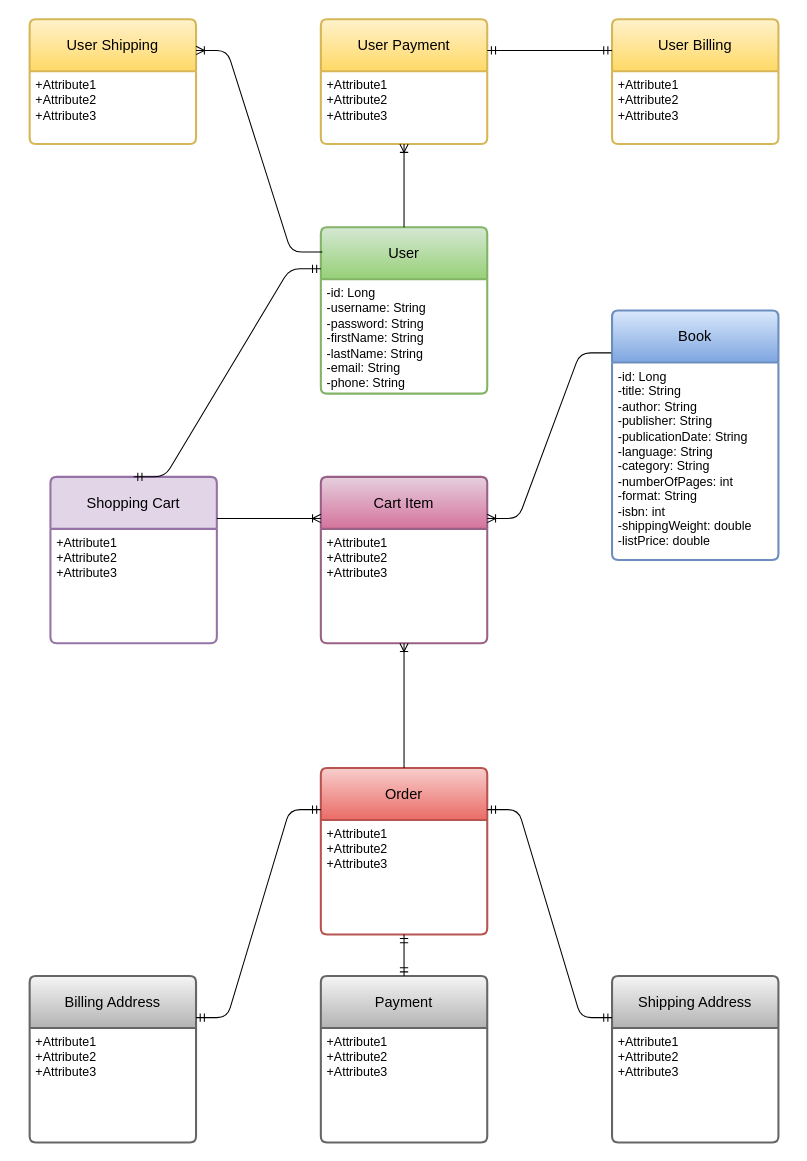
Earlier version of the draw.io diagram Alpine Bookstore Diagram.drawio (alaaasfour/Alpine). Source tidied: cells renumbered, new cells numbered last; positions are measured from the earlier drawing's top-left corner, leaving out a move shared by most shapes. Both pictures are drawn from the tidied source at 104%, with x=0, y=0 at pixel (29, 19).
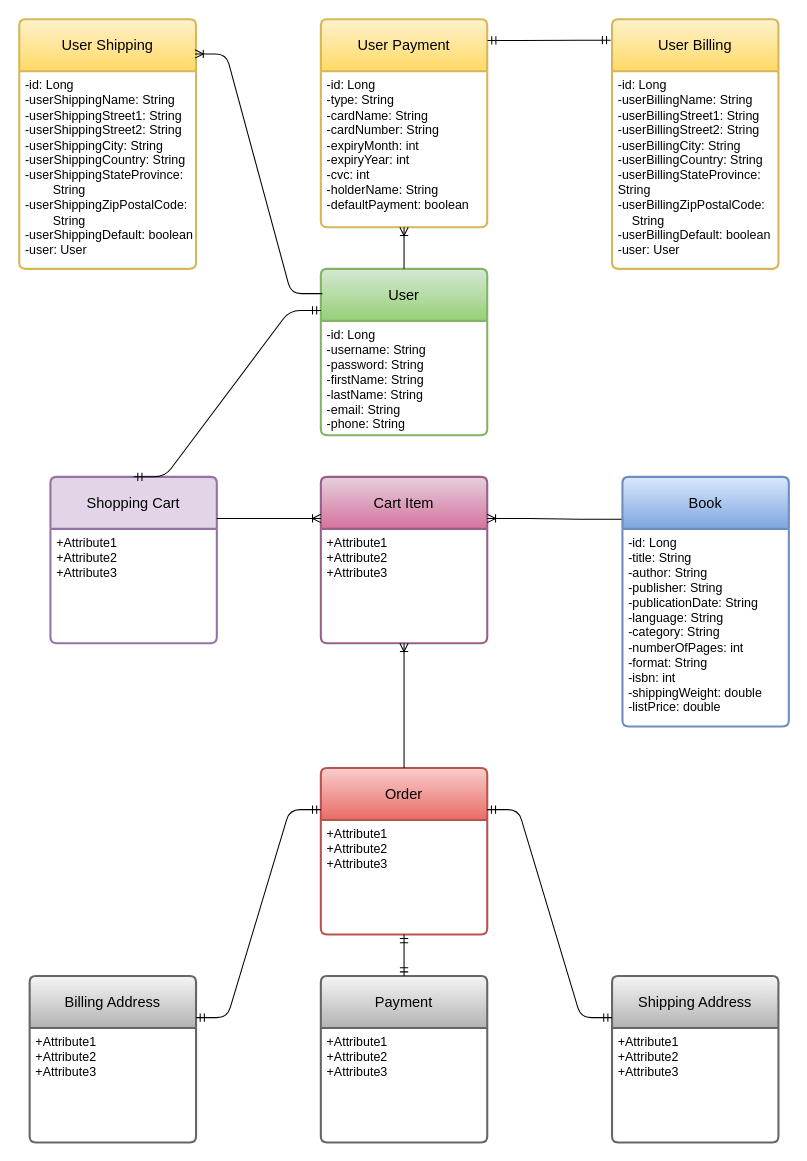
Above is the later version.

Commit message (it also covers changes not shown here):
Implementing the feature of adding a new shipping address for a user

Change to the diagram source:
```diff
@@
     <mxCell id="2" value="User" style="swimlane;horizontal=1;startSize=50;rounded=1;fontSize=14;fontStyle=0;strokeWidth=2;shadow=0;dashed=0;align=center;arcSize=4;whiteSpace=wrap;html=1;fillColor=#d5e8d4;strokeColor=#82b366;gradientColor=#97d077;" parent="1" vertex="1">
-      <mxGeometry x="280" y="200" width="160" height="160" as="geometry" />
+      <mxGeometry x="280" y="240" width="160" height="160" as="geometry" />
     </mxCell>
@@
     <mxCell id="4" value="User Billing" style="swimlane;horizontal=1;startSize=50;rounded=1;fontSize=14;fontStyle=0;strokeWidth=2;shadow=0;dashed=0;align=center;arcSize=4;whiteSpace=wrap;html=1;fillColor=#fff2cc;gradientColor=#ffd966;strokeColor=#d6b656;" parent="1" vertex="1">
-      <mxGeometry x="560" width="160" height="120" as="geometry" />
+      <mxGeometry x="560" width="160" height="240" as="geometry" />
     </mxCell>
-    <mxCell id="5" value="+Attribute1&#10;+Attribute2&#10;+Attribute3" style="align=left;strokeColor=none;fillColor=none;spacingLeft=4;fontSize=12;verticalAlign=top;html=1;" parent="4" vertex="1">
-      <mxGeometry y="50" width="160" height="70" as="geometry" />
+    <mxCell id="5" value="-id: Long&lt;br style=&quot;border-color: var(--border-color);&quot;&gt;-userBillingName: String&lt;br style=&quot;border-color: var(--border-color);&quot;&gt;-userBillingStreet1: String&lt;br style=&quot;border-color: var(--border-color);&quot;&gt;-userBillingStreet2: String&lt;br style=&quot;border-color: var(--border-color);&quot;&gt;-userBillingCity: String&lt;br style=&quot;border-color: var(--border-color);&quot;&gt;-userBillingCountry: String&lt;br style=&quot;border-color: var(--border-color);&quot;&gt;-userBillingStateProvince:&lt;br style=&quot;border-color: var(--border-color);&quot;&gt;&lt;span style=&quot;border-color: var(--border-color);&quot;&gt;&lt;/span&gt;String&lt;br style=&quot;border-color: var(--border-color);&quot;&gt;-userBillingZipPostalCode:&lt;br style=&quot;border-color: var(--border-color);&quot;&gt;&lt;span style=&quot;border-color: var(--border-color);&quot;&gt;&lt;span style=&quot;&quot;&gt;&amp;nbsp;&amp;nbsp;&amp;nbsp;&amp;nbsp;&lt;/span&gt;&lt;/span&gt;String&lt;br&gt;-userBillingDefault: boolean&lt;br style=&quot;border-color: var(--border-color);&quot;&gt;-user: User" style="align=left;strokeColor=none;fillColor=none;spacingLeft=4;fontSize=12;verticalAlign=top;html=1;" parent="4" vertex="1">
+      <mxGeometry y="50" width="160" height="190" as="geometry" />
     </mxCell>
     <mxCell id="6" value="User Payment" style="swimlane;horizontal=1;startSize=50;rounded=1;fontSize=14;fontStyle=0;strokeWidth=2;shadow=0;dashed=0;align=center;arcSize=4;whiteSpace=wrap;html=1;fillColor=#fff2cc;gradientColor=#ffd966;strokeColor=#d6b656;" parent="1" vertex="1">
-      <mxGeometry x="280" width="160" height="120" as="geometry" />
+      <mxGeometry x="280" width="160" height="200" as="geometry" />
     </mxCell>
-    <mxCell id="7" value="+Attribute1&#10;+Attribute2&#10;+Attribute3" style="align=left;strokeColor=none;fillColor=none;spacingLeft=4;fontSize=12;verticalAlign=top;html=1;" parent="6" vertex="1">
-      <mxGeometry y="50" width="160" height="70" as="geometry" />
+    <mxCell id="7" value="-id: Long&lt;br&gt;-type: String&lt;br&gt;-cardName: String&lt;br&gt;-cardNumber: String&lt;br&gt;-expiryMonth: int&lt;br&gt;-expiryYear: int&lt;br&gt;-cvc: int&lt;br&gt;-holderName: String&lt;br&gt;-defaultPayment: boolean" style="align=left;strokeColor=none;fillColor=none;spacingLeft=4;fontSize=12;verticalAlign=top;html=1;" parent="6" vertex="1">
+      <mxGeometry y="50" width="160" height="150" as="geometry" />
     </mxCell>
     <mxCell id="8" value="User Shipping" style="swimlane;horizontal=1;startSize=50;rounded=1;fontSize=14;fontStyle=0;strokeWidth=2;shadow=0;dashed=0;align=center;arcSize=4;whiteSpace=wrap;html=1;fillColor=#fff2cc;gradientColor=#ffd966;strokeColor=#d6b656;" parent="1" vertex="1">
-      <mxGeometry width="160" height="120" as="geometry" />
+      <mxGeometry x="-10" width="170" height="240" as="geometry" />
     </mxCell>
-    <mxCell id="9" value="+Attribute1&#10;+Attribute2&#10;+Attribute3" style="align=left;strokeColor=none;fillColor=none;spacingLeft=4;fontSize=12;verticalAlign=top;html=1;" parent="8" vertex="1">
-      <mxGeometry y="50" width="160" height="70" as="geometry" />
+    <mxCell id="9" value="-id: Long&lt;br&gt;-userShippingName: String&lt;br&gt;-userShippingStreet1: String&lt;br&gt;-userShippingStreet2: String&lt;br&gt;-userShippingCity: String&lt;br&gt;-userShippingCountry: String&lt;br&gt;-userShippingStateProvince:&lt;br&gt;&lt;span style=&quot;&quot;&gt;&lt;span style=&quot;white-space: pre;&quot;&gt;&amp;nbsp;&amp;nbsp;&amp;nbsp;&amp;nbsp;&lt;span style=&quot;white-space: pre;&quot;&gt;&#9;&lt;/span&gt;&lt;/span&gt;&lt;/span&gt;String&lt;br&gt;-userShippingZipPostalCode:&lt;br&gt;&lt;span style=&quot;white-space: pre;&quot;&gt;&#9;&lt;/span&gt;String&lt;br&gt;-userShippingDefault: boolean&lt;br&gt;-user: User" style="align=left;strokeColor=none;fillColor=none;spacingLeft=4;fontSize=12;verticalAlign=top;html=1;" parent="8" vertex="1">
+      <mxGeometry y="50" width="170" height="190" as="geometry" />
     </mxCell>
-    <mxCell id="10" style="fontSize=12;html=1;endArrow=ERoneToMany;rounded=1;entryX=0.5;entryY=1;entryDx=0;entryDy=0;" parent="1" edge="1" target="7">
+    <mxCell id="10" style="fontSize=12;html=1;endArrow=ERoneToMany;rounded=1;exitX=0.5;exitY=0;exitDx=0;exitDy=0;" parent="1" edge="1" source="2">
       <mxGeometry relative="1" as="geometry">
-        <mxPoint x="360" y="200" as="sourcePoint" />
+        <mxPoint x="360" y="200" as="targetPoint" />
       </mxGeometry>
     </mxCell>
-    <mxCell id="11" style="edgeStyle=entityRelationEdgeStyle;fontSize=12;html=1;endArrow=ERoneToMany;rounded=1;entryX=1;entryY=0.25;entryDx=0;entryDy=0;exitX=0.009;exitY=0.149;exitDx=0;exitDy=0;curved=0;exitPerimeter=0;" parent="1" edge="1" source="2" target="8">
+    <mxCell id="11" style="edgeStyle=entityRelationEdgeStyle;fontSize=12;html=1;endArrow=ERoneToMany;rounded=1;entryX=0.994;entryY=0.139;entryDx=0;entryDy=0;exitX=0.009;exitY=0.149;exitDx=0;exitDy=0;curved=0;exitPerimeter=0;entryPerimeter=0;" parent="1" edge="1" source="2" target="8">
       <mxGeometry relative="1" as="geometry" />
     </mxCell>
@@
     <mxCell id="15" value="Book" style="swimlane;horizontal=1;startSize=50;rounded=1;fontSize=14;fontStyle=0;strokeWidth=2;shadow=0;dashed=0;align=center;arcSize=4;whiteSpace=wrap;html=1;fillColor=#dae8fc;strokeColor=#6c8ebf;gradientColor=#7ea6e0;" parent="1" vertex="1">
-      <mxGeometry x="560" y="280" width="160" height="240" as="geometry" />
+      <mxGeometry x="570" y="440" width="160" height="240" as="geometry" />
     </mxCell>
@@
-    <mxCell id="33" style="edgeStyle=entityRelationEdgeStyle;fontSize=12;html=1;endArrow=ERmandOne;startArrow=ERmandOne;rounded=0;entryX=0;entryY=0.25;entryDx=0;entryDy=0;exitX=1;exitY=0.25;exitDx=0;exitDy=0;" parent="1" edge="1" source="6" target="4">
+    <mxCell id="33" style="edgeStyle=entityRelationEdgeStyle;fontSize=12;html=1;endArrow=ERmandOne;startArrow=ERmandOne;rounded=0;entryX=-0.008;entryY=0.084;entryDx=0;entryDy=0;exitX=1.002;exitY=0.102;exitDx=0;exitDy=0;exitPerimeter=0;entryPerimeter=0;" parent="1" edge="1" source="6" target="4">
       <mxGeometry relative="1" as="geometry" />
     </mxCell>
```
